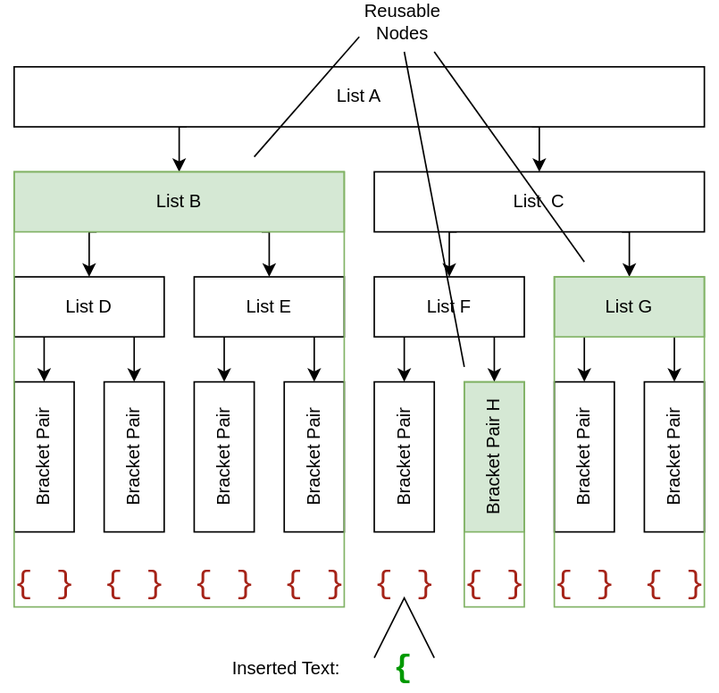
Earlier version of the draw.io export blogs/2021/09/06/long-lists-tree-reuse.dio.svg (microsoft/vscode-docs). Source tidied: cells renumbered, new cells last; positions are measured from the earlier drawing's top-left corner, leaving out a move shared by most shapes.
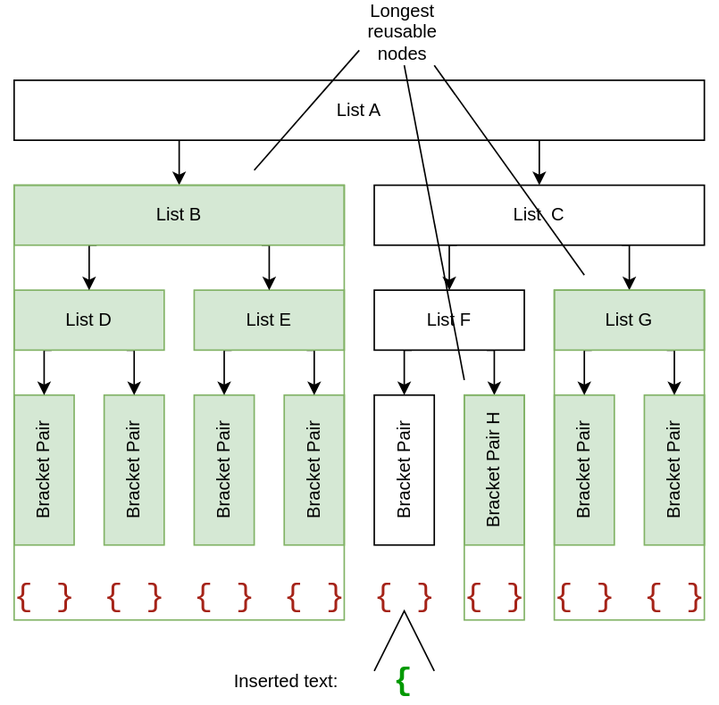
After the change.

Change to the diagram source:
```diff
@@ -19,16 +19,16 @@
     <mxCell id="4" value="List A" style="rounded=0;whiteSpace=wrap;html=1;" parent="1" vertex="1">
       <mxGeometry x="9" y="40" width="460" height="40" as="geometry" />
     </mxCell>
-    <mxCell id="5" value="Bracket Pair" style="rounded=0;whiteSpace=wrap;html=1;horizontal=0;" parent="1" vertex="1">
+    <mxCell id="5" value="Bracket Pair" style="rounded=0;whiteSpace=wrap;html=1;horizontal=0;fillColor=#d5e8d4;strokeColor=#82b366;" parent="1" vertex="1">
       <mxGeometry x="9" y="250" width="40" height="100" as="geometry" />
     </mxCell>
-    <mxCell id="6" value="Bracket Pair" style="rounded=0;whiteSpace=wrap;html=1;horizontal=0;" parent="1" vertex="1">
+    <mxCell id="6" value="Bracket Pair" style="rounded=0;whiteSpace=wrap;html=1;horizontal=0;fillColor=#d5e8d4;strokeColor=#82b366;" parent="1" vertex="1">
       <mxGeometry x="69" y="250" width="40" height="100" as="geometry" />
     </mxCell>
-    <mxCell id="7" value="Bracket Pair" style="rounded=0;whiteSpace=wrap;html=1;horizontal=0;" parent="1" vertex="1">
+    <mxCell id="7" value="Bracket Pair" style="rounded=0;whiteSpace=wrap;html=1;horizontal=0;fillColor=#d5e8d4;strokeColor=#82b366;" parent="1" vertex="1">
       <mxGeometry x="129" y="250" width="40" height="100" as="geometry" />
     </mxCell>
-    <mxCell id="8" value="Bracket Pair" style="rounded=0;whiteSpace=wrap;html=1;horizontal=0;" parent="1" vertex="1">
+    <mxCell id="8" value="Bracket Pair" style="rounded=0;whiteSpace=wrap;html=1;horizontal=0;fillColor=#d5e8d4;strokeColor=#82b366;" parent="1" vertex="1">
       <mxGeometry x="189" y="250" width="40" height="100" as="geometry" />
     </mxCell>
     <mxCell id="9" value="Bracket Pair" style="rounded=0;whiteSpace=wrap;html=1;horizontal=0;" parent="1" vertex="1">
@@ -37,10 +37,10 @@
     <mxCell id="10" value="Bracket Pair H" style="rounded=0;whiteSpace=wrap;html=1;horizontal=0;fillColor=#d5e8d4;strokeColor=#82b366;" parent="1" vertex="1">
       <mxGeometry x="309" y="250" width="40" height="100" as="geometry" />
     </mxCell>
-    <mxCell id="11" value="Bracket Pair" style="rounded=0;whiteSpace=wrap;html=1;horizontal=0;" parent="1" vertex="1">
+    <mxCell id="11" value="Bracket Pair" style="rounded=0;whiteSpace=wrap;html=1;horizontal=0;fillColor=#d5e8d4;strokeColor=#82b366;" parent="1" vertex="1">
       <mxGeometry x="369" y="250" width="40" height="100" as="geometry" />
     </mxCell>
-    <mxCell id="12" value="Bracket Pair" style="rounded=0;whiteSpace=wrap;html=1;horizontal=0;" parent="1" vertex="1">
+    <mxCell id="12" value="Bracket Pair" style="rounded=0;whiteSpace=wrap;html=1;horizontal=0;fillColor=#d5e8d4;strokeColor=#82b366;" parent="1" vertex="1">
       <mxGeometry x="429" y="250" width="40" height="100" as="geometry" />
     </mxCell>
     <mxCell id="13" value="{" style="text;html=1;align=center;verticalAlign=middle;strokeColor=none;fontSize=21;fontFamily=Courier New;fontColor=#A52318;" parent="1" vertex="1">
@@ -60,7 +60,7 @@
         </Array>
       </mxGeometry>
     </mxCell>
-    <mxCell id="16" value="List E" style="rounded=0;whiteSpace=wrap;html=1;" parent="1" vertex="1">
+    <mxCell id="16" value="List E" style="rounded=0;whiteSpace=wrap;html=1;fillColor=#d5e8d4;strokeColor=#82b366;" parent="1" vertex="1">
       <mxGeometry x="129" y="180" width="100" height="40" as="geometry" />
     </mxCell>
     <mxCell id="17" style="edgeStyle=orthogonalEdgeStyle;rounded=0;jettySize=auto;html=1;exitX=0.25;exitY=1;exitDx=0;exitDy=0;" parent="1" edge="1" source="19" target="9">
@@ -111,7 +111,7 @@
         </Array>
       </mxGeometry>
     </mxCell>
-    <mxCell id="25" value="List D" style="rounded=0;whiteSpace=wrap;html=1;" parent="1" vertex="1">
+    <mxCell id="25" value="List D" style="rounded=0;whiteSpace=wrap;html=1;fillColor=#d5e8d4;strokeColor=#82b366;" parent="1" vertex="1">
       <mxGeometry x="9" y="180" width="100" height="40" as="geometry" />
     </mxCell>
     <mxCell id="26" style="edgeStyle=orthogonalEdgeStyle;rounded=0;jettySize=auto;html=1;exitX=0.25;exitY=1;exitDx=0;exitDy=0;" parent="1" edge="1" source="28" target="19">
@@ -205,7 +205,7 @@
     <mxCell id="48" value="{" style="text;html=1;align=center;verticalAlign=middle;strokeColor=none;fontSize=21;fontFamily=Courier New;fontStyle=1;fontColor=#009900;" parent="1" vertex="1">
       <mxGeometry x="253" y="426" width="30" height="30" as="geometry" />
     </mxCell>
-    <mxCell id="49" value="Inserted Text:" style="text;html=1;strokeColor=none;fillColor=none;align=center;verticalAlign=middle;whiteSpace=wrap;rounded=0;fontFamily=Helvetica;" parent="1" vertex="1">
+    <mxCell id="49" value="Inserted text:" style="text;html=1;strokeColor=none;fillColor=none;align=center;verticalAlign=middle;whiteSpace=wrap;rounded=0;fontFamily=Helvetica;" parent="1" vertex="1">
       <mxGeometry x="147" y="431" width="86.5" height="20" as="geometry" />
     </mxCell>
     <mxCell id="50" style="rounded=0;orthogonalLoop=1;jettySize=auto;html=1;fontFamily=Helvetica;fontColor=#000000;endArrow=none;endFill=0;" parent="1" edge="1">
@@ -214,8 +214,8 @@
         <mxPoint x="389" y="170" as="targetPoint" />
       </mxGeometry>
     </mxCell>
-    <mxCell id="51" value="Reusable Nodes" style="text;html=1;strokeColor=none;fillColor=none;align=center;verticalAlign=middle;whiteSpace=wrap;rounded=0;fontFamily=Helvetica;" parent="1" vertex="1">
-      <mxGeometry x="248" width="40" height="20" as="geometry" />
+    <mxCell id="51" value="Longest reusable nodes" style="text;html=1;strokeColor=none;fillColor=none;align=center;verticalAlign=middle;whiteSpace=wrap;rounded=0;fontFamily=Helvetica;" parent="1" vertex="1">
+      <mxGeometry x="248" y="-2" width="40" height="20" as="geometry" />
     </mxCell>
     <mxCell id="52" style="rounded=0;orthogonalLoop=1;jettySize=auto;html=1;fontFamily=Helvetica;fontColor=#000000;endArrow=none;endFill=0;" parent="1" edge="1">
       <mxGeometry relative="1" as="geometry">
```
